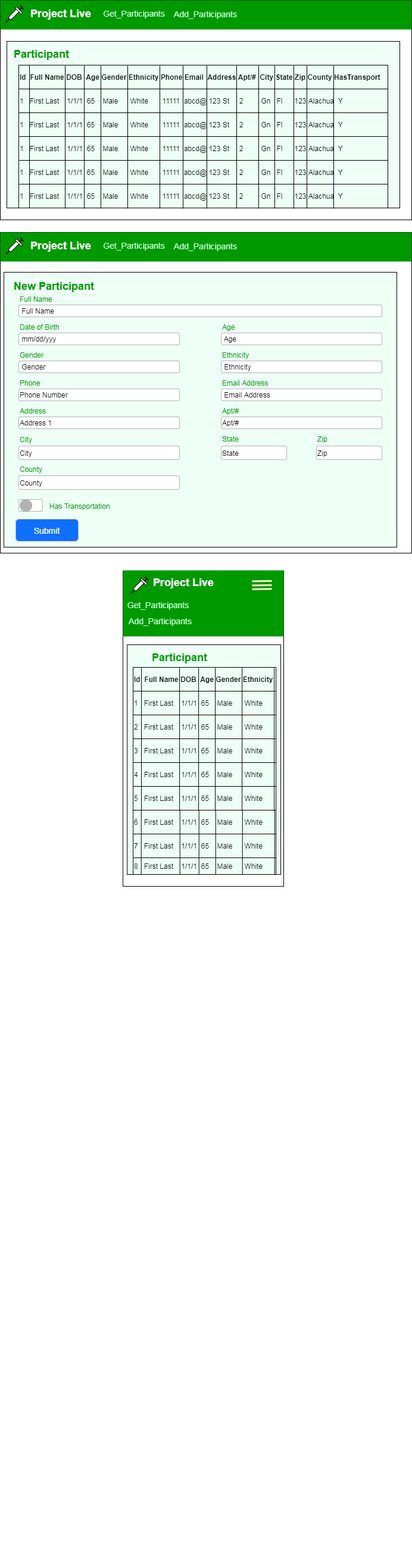
Earlier version of the draw.io export wireFrames/ProjectLife.png (ramirezalvaroeduardo/projectLive). Source tidied: cells renumbered, new cells last; positions are measured from the earlier drawing's top-left corner, leaving out a move shared by most shapes.
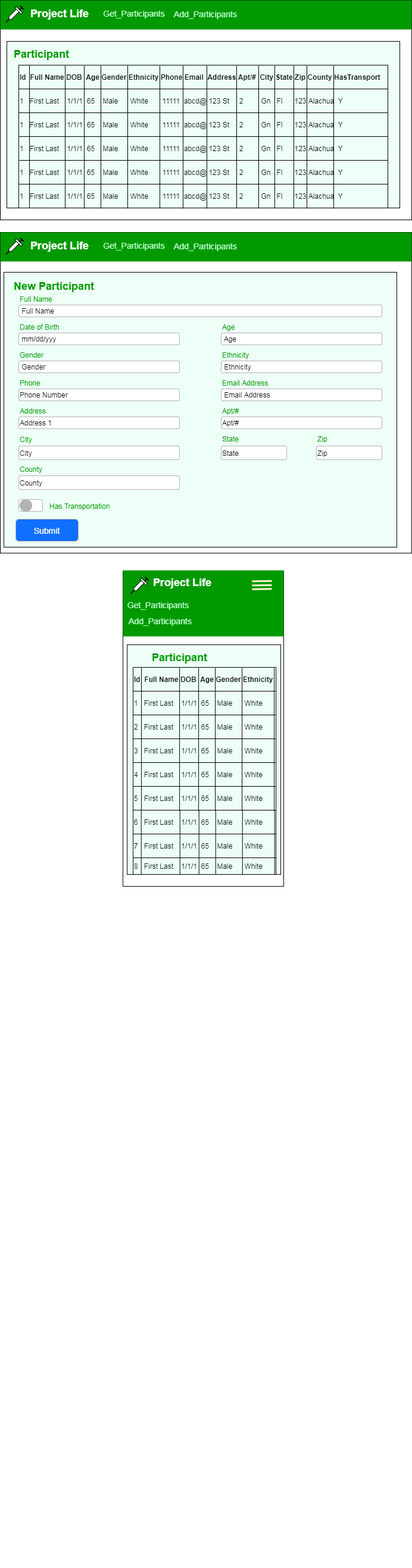
After the commit.

The edit, as a diff of the source:
```diff
@@ -8,7 +8,7 @@
     <mxCell id="3" style="group;gradientDirection=north;fillColor=#009900;" parent="1" vertex="1">
       <mxGeometry width="691" height="49" as="geometry" />
     </mxCell>
-    <mxCell id="4" value="&lt;font color=&quot;#ffffff&quot; size=&quot;1&quot;&gt;&lt;b style=&quot;font-size: 18px&quot;&gt;Project Live&lt;/b&gt;&lt;/font&gt;" style="rounded=1;whiteSpace=wrap;html=1;fillColor=none;strokeColor=none;align=left;" parent="3" vertex="1">
+    <mxCell id="4" value="&lt;font color=&quot;#ffffff&quot; size=&quot;1&quot;&gt;&lt;b style=&quot;font-size: 18px&quot;&gt;Project Life&lt;/b&gt;&lt;/font&gt;" style="rounded=1;whiteSpace=wrap;html=1;fillColor=none;strokeColor=none;align=left;" parent="3" vertex="1">
       <mxGeometry x="49.1" y="16.2" width="110.9" height="14.4" as="geometry" />
     </mxCell>
     <mxCell id="5" value="&lt;font style=&quot;font-size: 14px&quot; color=&quot;#bfffd0&quot;&gt;Get_Participants&lt;/font&gt;" style="text;html=1;strokeColor=none;fillColor=none;align=center;verticalAlign=middle;whiteSpace=wrap;rounded=0;" parent="3" vertex="1">
@@ -161,7 +161,7 @@
     <mxCell id="40" style="group;gradientDirection=north;fillColor=#009900;" parent="1" vertex="1">
       <mxGeometry x="206" y="958" width="270" height="111" as="geometry" />
     </mxCell>
-    <mxCell id="41" value="&lt;div&gt;&lt;b style=&quot;color: rgb(255 , 255 , 255) ; font-size: 18px&quot;&gt;Project Live&lt;/b&gt;&lt;/div&gt;" style="rounded=1;whiteSpace=wrap;html=1;fillColor=none;strokeColor=none;align=left;" parent="40" vertex="1">
+    <mxCell id="41" value="&lt;div&gt;&lt;b style=&quot;color: rgb(255 , 255 , 255) ; font-size: 18px&quot;&gt;Project Life&lt;/b&gt;&lt;/div&gt;" style="rounded=1;whiteSpace=wrap;html=1;fillColor=none;strokeColor=none;align=left;" parent="40" vertex="1">
       <mxGeometry x="48.5" y="15.2" width="106.5" height="11.3" as="geometry" />
     </mxCell>
     <mxCell id="42" value="&lt;span style=&quot;color: rgb(191 , 255 , 208) ; font-size: 14px&quot;&gt;Get_Participants&lt;/span&gt;" style="text;html=1;strokeColor=none;fillColor=none;align=center;verticalAlign=middle;whiteSpace=wrap;rounded=0;" parent="40" vertex="1">
@@ -197,7 +197,7 @@
     <mxCell id="48" style="group;gradientDirection=north;fillColor=#009900;" parent="1" vertex="1">
       <mxGeometry y="390" width="691" height="49" as="geometry" />
     </mxCell>
-    <mxCell id="49" value="&lt;font color=&quot;#ffffff&quot; size=&quot;1&quot;&gt;&lt;b style=&quot;font-size: 18px&quot;&gt;Project Live&lt;/b&gt;&lt;/font&gt;" style="rounded=1;whiteSpace=wrap;html=1;fillColor=none;strokeColor=none;align=left;" parent="48" vertex="1">
+    <mxCell id="49" value="&lt;font color=&quot;#ffffff&quot; size=&quot;1&quot;&gt;&lt;b style=&quot;font-size: 18px&quot;&gt;Project Life&lt;/b&gt;&lt;/font&gt;" style="rounded=1;whiteSpace=wrap;html=1;fillColor=none;strokeColor=none;align=left;" parent="48" vertex="1">
       <mxGeometry x="49.1" y="16.2" width="110.9" height="14.4" as="geometry" />
     </mxCell>
     <mxCell id="50" value="&lt;font style=&quot;font-size: 14px&quot; color=&quot;#bfffd0&quot;&gt;Get_Participants&lt;/font&gt;" style="text;html=1;strokeColor=none;fillColor=none;align=center;verticalAlign=middle;whiteSpace=wrap;rounded=0;" parent="48" vertex="1">
```
